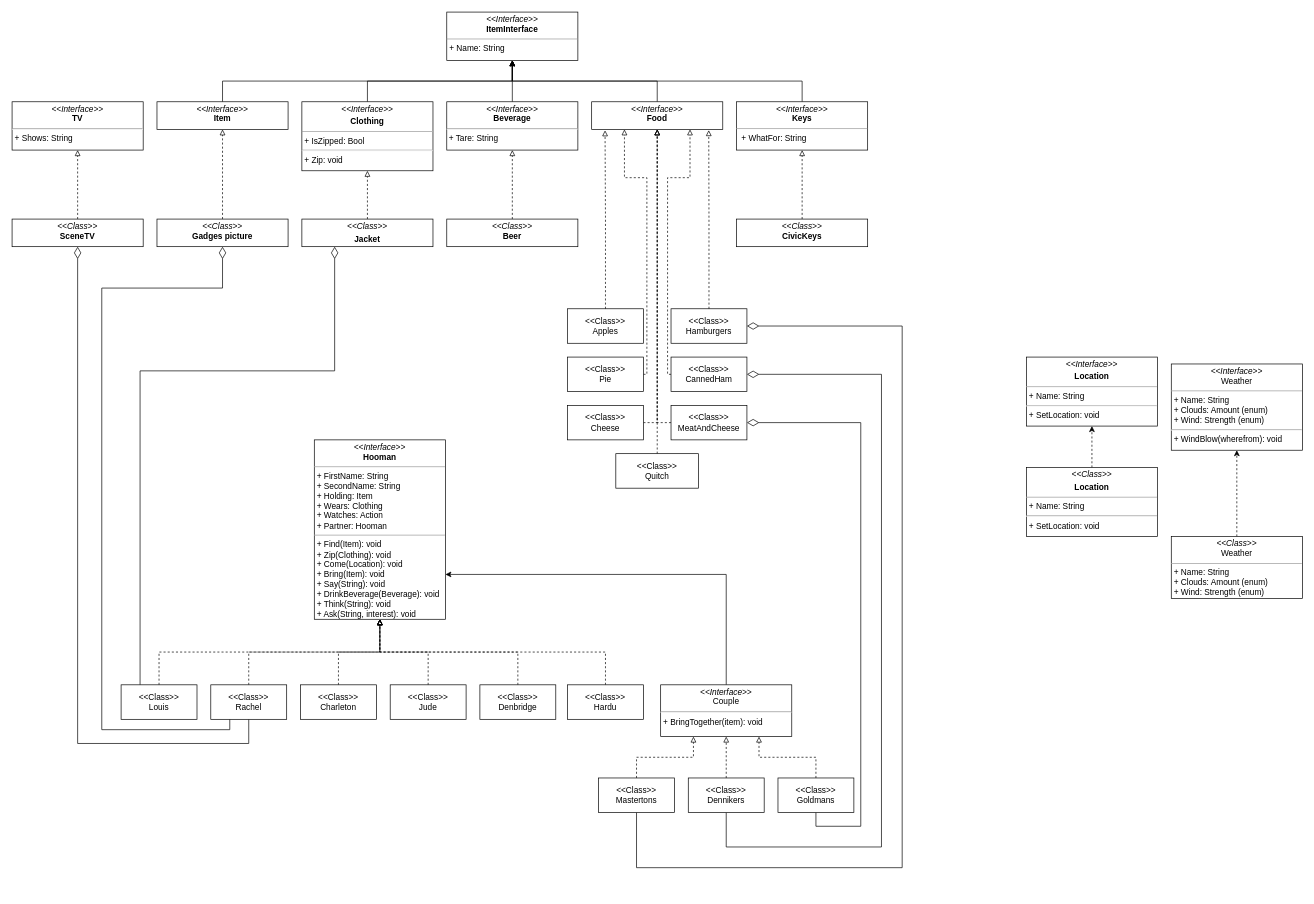
Earlier version of the draw.io diagram Untitled Diagram.drawio (Sat1l/laba4). Source tidied: cells renumbered, new cells numbered last; positions are measured from the earlier drawing's top-left corner, leaving out a move shared by most shapes. Both pictures are drawn from the tidied source at 69%, with x=0, y=0 at pixel (12, 12).
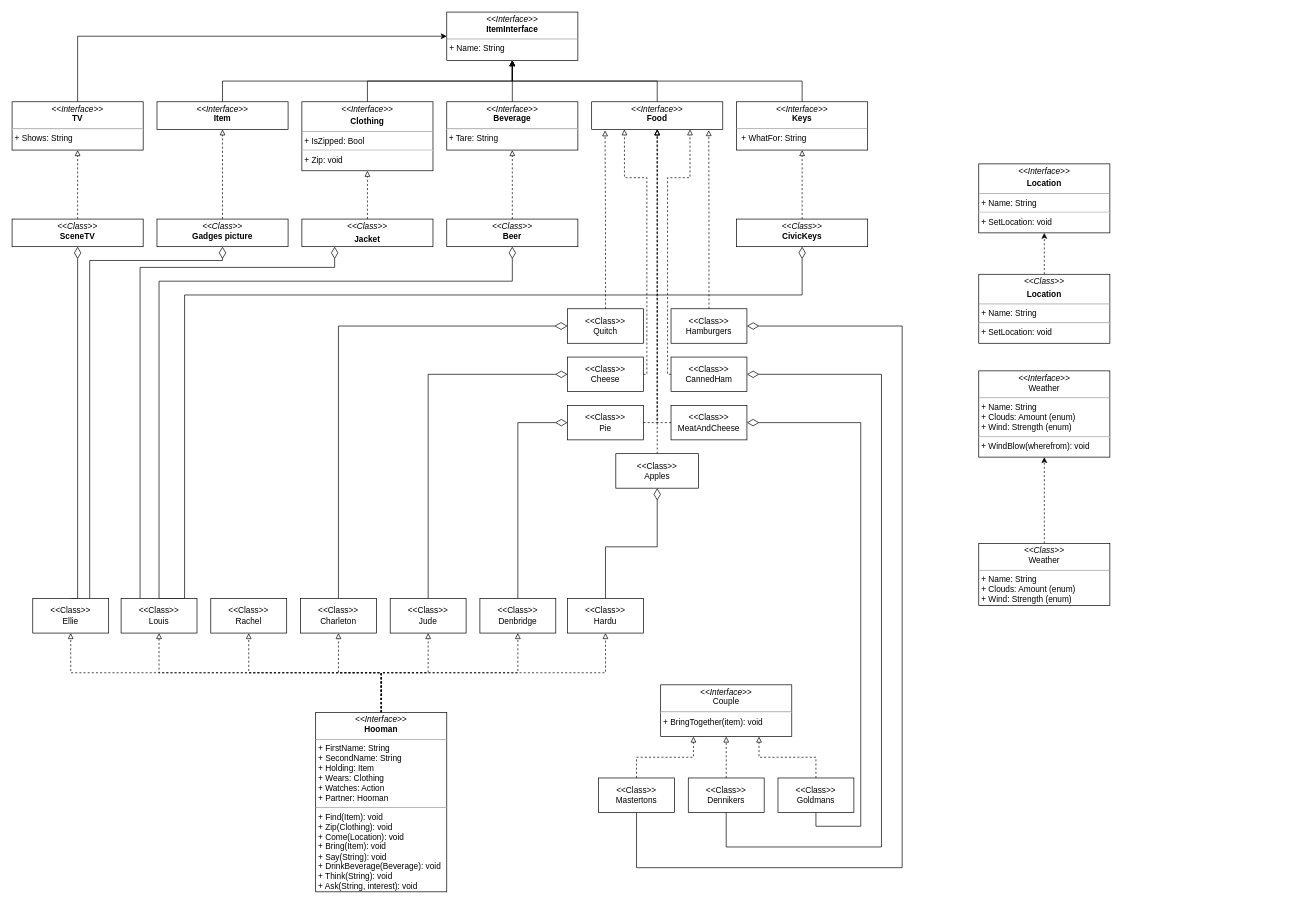
After the change.

The change refers to these unchanged cells:
```xml
<mxCell id="3" value="&lt;p style=&quot;margin:0px;margin-top:4px;text-align:center;&quot;&gt;&lt;i&gt;&amp;lt;&amp;lt;Interface&amp;gt;&amp;gt;&lt;/i&gt;&lt;br&gt;&lt;b&gt;ItemInterface&lt;/b&gt;&lt;/p&gt;&lt;hr size=&quot;1&quot;&gt;&lt;p style=&quot;margin:0px;margin-left:4px;&quot;&gt;+ Name: String&lt;br&gt;&lt;/p&gt;&lt;p style=&quot;margin:0px;margin-left:4px;&quot;&gt;&lt;br&gt;&lt;/p&gt;" style="verticalAlign=top;align=left;overflow=fill;fontSize=12;fontFamily=Helvetica;html=1;whiteSpace=wrap;" parent="1" vertex="1">
  <mxGeometry x="630" width="190" height="70" as="geometry" />
</mxCell>
<mxCell id="17" value="&lt;p style=&quot;margin:0px;margin-top:4px;text-align:center;&quot;&gt;&lt;i&gt;&amp;lt;&amp;lt;Class&lt;/i&gt;&lt;i&gt;&amp;gt;&amp;gt;&lt;/i&gt;&lt;/p&gt;&lt;p style=&quot;margin:0px;margin-top:4px;text-align:center;&quot;&gt;&lt;b&gt;Jacket&lt;/b&gt;&lt;/p&gt;" style="verticalAlign=top;align=left;overflow=fill;fontSize=12;fontFamily=Helvetica;html=1;whiteSpace=wrap;" parent="1" vertex="1">
  <mxGeometry x="420" y="300" width="190" height="40" as="geometry" />
</mxCell>
<mxCell id="19" value="&lt;p style=&quot;margin:0px;margin-top:4px;text-align:center;&quot;&gt;&lt;i&gt;&amp;lt;&amp;lt;Class&amp;gt;&amp;gt;&lt;/i&gt;&lt;br&gt;&lt;b&gt;CivicKeys&lt;/b&gt;&lt;/p&gt;" style="verticalAlign=top;align=left;overflow=fill;fontSize=12;fontFamily=Helvetica;html=1;whiteSpace=wrap;" parent="1" vertex="1">
  <mxGeometry x="1050" y="300" width="190" height="40" as="geometry" />
</mxCell>
<mxCell id="21" value="&lt;p style=&quot;margin:0px;margin-top:4px;text-align:center;&quot;&gt;&lt;i&gt;&amp;lt;&amp;lt;Class&amp;gt;&amp;gt;&lt;/i&gt;&lt;br&gt;&lt;b&gt;Beer&lt;/b&gt;&lt;/p&gt;&lt;p style=&quot;margin:0px;margin-left:4px;&quot;&gt;&lt;br&gt;&lt;/p&gt;" style="verticalAlign=top;align=left;overflow=fill;fontSize=12;fontFamily=Helvetica;html=1;whiteSpace=wrap;" parent="1" vertex="1">
  <mxGeometry x="630" y="300" width="190" height="40" as="geometry" />
</mxCell>
<mxCell id="23" value="&lt;p style=&quot;margin:0px;margin-top:4px;text-align:center;&quot;&gt;&lt;i&gt;&amp;lt;&amp;lt;Class&amp;gt;&amp;gt;&lt;/i&gt;&lt;br&gt;&lt;b&gt;Gadges picture&lt;/b&gt;&lt;/p&gt;&lt;p style=&quot;margin:0px;margin-left:4px;&quot;&gt;&lt;br&gt;&lt;/p&gt;" style="verticalAlign=top;align=left;overflow=fill;fontSize=12;fontFamily=Helvetica;html=1;whiteSpace=wrap;" parent="1" vertex="1">
  <mxGeometry x="210" y="300" width="190" height="40" as="geometry" />
</mxCell>
<mxCell id="58" value="&lt;p style=&quot;margin:0px;margin-top:4px;text-align:center;&quot;&gt;&lt;i&gt;&amp;lt;&amp;lt;Interface&amp;gt;&amp;gt;&lt;/i&gt;&lt;br&gt;Couple&lt;/p&gt;&lt;hr&gt;&lt;p style=&quot;margin:0px;margin-left:4px;&quot;&gt;+ BringTogether(item): void&lt;/p&gt;" style="verticalAlign=top;align=left;overflow=fill;fontSize=12;fontFamily=Helvetica;html=1;whiteSpace=wrap;" parent="1" vertex="1">
  <mxGeometry x="940" y="975" width="190" height="75" as="geometry" />
</mxCell>
<mxCell id="68" value="&lt;p style=&quot;margin:0px;margin-top:4px;text-align:center;&quot;&gt;&lt;i&gt;&amp;lt;&amp;lt;Interface&amp;gt;&amp;gt;&lt;/i&gt;&lt;br&gt;&lt;b&gt;TV&lt;/b&gt;&lt;/p&gt;&lt;hr&gt;&lt;p style=&quot;margin:0px;margin-left:4px;&quot;&gt;+ Shows: String&lt;/p&gt;" style="verticalAlign=top;align=left;overflow=fill;fontSize=12;fontFamily=Helvetica;html=1;whiteSpace=wrap;" parent="1" vertex="1">
  <mxGeometry y="130" width="190" height="70" as="geometry" />
</mxCell>
<mxCell id="70" value="&lt;p style=&quot;margin:0px;margin-top:4px;text-align:center;&quot;&gt;&lt;i&gt;&amp;lt;&amp;lt;Class&amp;gt;&amp;gt;&lt;/i&gt;&lt;br&gt;&lt;b&gt;SceneTV&lt;/b&gt;&lt;/p&gt;&lt;p style=&quot;margin:0px;margin-left:4px;&quot;&gt;&lt;br&gt;&lt;/p&gt;" style="verticalAlign=top;align=left;overflow=fill;fontSize=12;fontFamily=Helvetica;html=1;whiteSpace=wrap;" parent="1" vertex="1">
  <mxGeometry y="300" width="190" height="40" as="geometry" />
</mxCell>
```

Change to the diagram source:
```diff
@@
+    <mxCell id="71" style="edgeStyle=orthogonalEdgeStyle;rounded=0;jettySize=auto;html=1;exitX=0.5;exitY=0;exitDx=0;exitDy=0;dashed=1;endArrow=block;endFill=0;" parent="1" edge="1" source="2" target="36">
+      <mxGeometry relative="1" as="geometry" />
+    </mxCell>
+    <mxCell id="72" style="edgeStyle=orthogonalEdgeStyle;rounded=0;jettySize=auto;html=1;exitX=0.5;exitY=0;exitDx=0;exitDy=0;entryX=0.5;entryY=1;entryDx=0;entryDy=0;dashed=1;endArrow=block;endFill=0;" parent="1" edge="1" source="2" target="38">
+      <mxGeometry relative="1" as="geometry" />
+    </mxCell>
+    <mxCell id="73" style="edgeStyle=orthogonalEdgeStyle;rounded=0;jettySize=auto;html=1;exitX=0.5;exitY=0;exitDx=0;exitDy=0;entryX=0.5;entryY=1;entryDx=0;entryDy=0;dashed=1;endArrow=block;endFill=0;" parent="1" edge="1" source="2" target="40">
+      <mxGeometry relative="1" as="geometry" />
+    </mxCell>
+    <mxCell id="74" style="edgeStyle=orthogonalEdgeStyle;rounded=0;jettySize=auto;html=1;exitX=0.5;exitY=0;exitDx=0;exitDy=0;dashed=1;endArrow=block;endFill=0;" parent="1" edge="1" source="2" target="42">
+      <mxGeometry relative="1" as="geometry" />
+    </mxCell>
+    <mxCell id="75" style="edgeStyle=orthogonalEdgeStyle;rounded=0;jettySize=auto;html=1;exitX=0.5;exitY=0;exitDx=0;exitDy=0;dashed=1;endArrow=block;endFill=0;" parent="1" edge="1" source="2" target="30">
+      <mxGeometry relative="1" as="geometry" />
+    </mxCell>
+    <mxCell id="76" style="edgeStyle=orthogonalEdgeStyle;rounded=0;jettySize=auto;html=1;exitX=0.5;exitY=0;exitDx=0;exitDy=0;entryX=0.5;entryY=1;entryDx=0;entryDy=0;dashed=1;endArrow=block;endFill=0;" parent="1" edge="1" source="2" target="34">
+      <mxGeometry relative="1" as="geometry" />
+    </mxCell>
+    <mxCell id="77" style="edgeStyle=orthogonalEdgeStyle;rounded=0;jettySize=auto;html=1;exitX=0.5;exitY=0;exitDx=0;exitDy=0;entryX=0.5;entryY=1;entryDx=0;entryDy=0;dashed=1;endArrow=block;endFill=0;" parent="1" edge="1" source="2" target="87">
+      <mxGeometry relative="1" as="geometry" />
+    </mxCell>
     <mxCell id="2" value="&lt;p style=&quot;margin:0px;margin-top:4px;text-align:center;&quot;&gt;&lt;i&gt;&amp;lt;&amp;lt;Interface&amp;gt;&amp;gt;&lt;/i&gt;&lt;br&gt;&lt;b&gt;Hooman&lt;/b&gt;&lt;/p&gt;&lt;hr size=&quot;1&quot;&gt;&lt;p style=&quot;margin:0px;margin-left:4px;&quot;&gt;+ FirstName: String&lt;/p&gt;&lt;p style=&quot;margin:0px;margin-left:4px;&quot;&gt;+ SecondName: String&lt;/p&gt;&lt;p style=&quot;margin:0px;margin-left:4px;&quot;&gt;+ Holding: Item&lt;/p&gt;&lt;p style=&quot;margin:0px;margin-left:4px;&quot;&gt;+ Wears: Clothing&lt;/p&gt;&lt;p style=&quot;margin:0px;margin-left:4px;&quot;&gt;+ Watches: Action&lt;/p&gt;&lt;p style=&quot;margin:0px;margin-left:4px;&quot;&gt;+ Partner: Hooman&lt;/p&gt;&lt;hr size=&quot;1&quot;&gt;&lt;p style=&quot;margin:0px;margin-left:4px;&quot;&gt;+ Find(Item): void&lt;br&gt;+ Zip(Clothing): void&lt;/p&gt;&lt;p style=&quot;margin:0px;margin-left:4px;&quot;&gt;+ Come(Location): void&lt;/p&gt;&lt;p style=&quot;margin:0px;margin-left:4px;&quot;&gt;+ Bring(Item): void&lt;/p&gt;&lt;p style=&quot;margin:0px;margin-left:4px;&quot;&gt;+ Say(String): void&lt;/p&gt;&lt;p style=&quot;margin:0px;margin-left:4px;&quot;&gt;+ DrinkBeverage(Beverage): void&lt;/p&gt;&lt;p style=&quot;margin:0px;margin-left:4px;&quot;&gt;+ Think(String): void&lt;/p&gt;&lt;p style=&quot;margin:0px;margin-left:4px;&quot;&gt;+ Ask(String, interest): void&lt;/p&gt;" style="verticalAlign=top;align=left;overflow=fill;fontSize=12;fontFamily=Helvetica;html=1;whiteSpace=wrap;" parent="1" vertex="1">
-      <mxGeometry x="438" y="620" width="190" height="260" as="geometry" />
+      <mxGeometry x="440" y="1015" width="190" height="260" as="geometry" />
     </mxCell>
@@
     <mxCell id="10" value="&lt;p style=&quot;margin:0px;margin-top:4px;text-align:center;&quot;&gt;&lt;i&gt;&amp;lt;&amp;lt;Interface&amp;gt;&amp;gt;&lt;/i&gt;&lt;br&gt;Weather&lt;/p&gt;&lt;hr size=&quot;1&quot;&gt;&lt;p style=&quot;margin:0px;margin-left:4px;&quot;&gt;+ Name: String&lt;br&gt;&lt;/p&gt;&lt;p style=&quot;margin:0px;margin-left:4px;&quot;&gt;+ Clouds: Amount (enum)&lt;/p&gt;&lt;p style=&quot;margin:0px;margin-left:4px;&quot;&gt;+ Wind: Strength (enum)&lt;/p&gt;&lt;hr&gt;&lt;p style=&quot;margin:0px;margin-left:4px;&quot;&gt;+ WindBlow(wherefrom): void&lt;/p&gt;" style="verticalAlign=top;align=left;overflow=fill;fontSize=12;fontFamily=Helvetica;html=1;whiteSpace=wrap;" parent="1" vertex="1">
-      <mxGeometry x="1680" y="510" width="190" height="125" as="geometry" />
+      <mxGeometry x="1401" y="520" width="190" height="125" as="geometry" />
     </mxCell>
@@
     <mxCell id="15" value="&lt;p style=&quot;margin:0px;margin-top:4px;text-align:center;&quot;&gt;&lt;i&gt;&amp;lt;&amp;lt;Interface&lt;/i&gt;&lt;i&gt;&amp;gt;&amp;gt;&lt;/i&gt;&lt;/p&gt;&lt;p style=&quot;margin:0px;margin-top:4px;text-align:center;&quot;&gt;&lt;b&gt;Location&lt;/b&gt;&lt;/p&gt;&lt;hr size=&quot;1&quot;&gt;&lt;p style=&quot;margin:0px;margin-left:4px;&quot;&gt;+ Name: String&lt;/p&gt;&lt;hr&gt;&lt;p style=&quot;margin:0px;margin-left:4px;&quot;&gt;+ SetLocation: void&lt;/p&gt;" style="verticalAlign=top;align=left;overflow=fill;fontSize=12;fontFamily=Helvetica;html=1;whiteSpace=wrap;" parent="1" vertex="1">
-      <mxGeometry x="1470" y="500" width="190" height="100" as="geometry" />
+      <mxGeometry x="1401" y="220" width="190" height="100" as="geometry" />
     </mxCell>
@@
     <mxCell id="25" value="&lt;p style=&quot;margin:0px;margin-top:4px;text-align:center;&quot;&gt;&lt;i&gt;&amp;lt;&amp;lt;Class&amp;gt;&amp;gt;&lt;/i&gt;&lt;br&gt;Weather&lt;/p&gt;&lt;hr size=&quot;1&quot;&gt;&lt;p style=&quot;margin:0px;margin-left:4px;&quot;&gt;+ Name: String&lt;br&gt;&lt;/p&gt;&lt;p style=&quot;margin:0px;margin-left:4px;&quot;&gt;+ Clouds: Amount (enum)&lt;/p&gt;&lt;p style=&quot;margin:0px;margin-left:4px;&quot;&gt;+ Wind: Strength (enum)&lt;/p&gt;&lt;p style=&quot;margin:0px;margin-left:4px;&quot;&gt;&lt;br&gt;&lt;/p&gt;" style="verticalAlign=top;align=left;overflow=fill;fontSize=12;fontFamily=Helvetica;html=1;whiteSpace=wrap;" parent="1" vertex="1">
-      <mxGeometry x="1680" y="760" width="190" height="90" as="geometry" />
+      <mxGeometry x="1401" y="770" width="190" height="90" as="geometry" />
     </mxCell>
@@
     <mxCell id="27" value="&lt;p style=&quot;margin:0px;margin-top:4px;text-align:center;&quot;&gt;&lt;i&gt;&amp;lt;&amp;lt;Class&lt;/i&gt;&lt;i&gt;&amp;gt;&amp;gt;&lt;/i&gt;&lt;/p&gt;&lt;p style=&quot;margin:0px;margin-top:4px;text-align:center;&quot;&gt;&lt;b&gt;Location&lt;/b&gt;&lt;/p&gt;&lt;hr size=&quot;1&quot;&gt;&lt;p style=&quot;margin:0px;margin-left:4px;&quot;&gt;+ Name: String&lt;/p&gt;&lt;hr&gt;&lt;p style=&quot;margin:0px;margin-left:4px;&quot;&gt;+ SetLocation: void&lt;/p&gt;" style="verticalAlign=top;align=left;overflow=fill;fontSize=12;fontFamily=Helvetica;html=1;whiteSpace=wrap;" parent="1" vertex="1">
-      <mxGeometry x="1470" y="660" width="190" height="100" as="geometry" />
+      <mxGeometry x="1401" y="380" width="190" height="100" as="geometry" />
     </mxCell>
-    <mxCell id="28" style="edgeStyle=orthogonalEdgeStyle;rounded=0;jettySize=auto;html=1;exitX=0.5;exitY=0;exitDx=0;exitDy=0;dashed=1;endArrow=block;endFill=0;" parent="1" edge="1" source="30" target="2">
-      <mxGeometry relative="1" as="geometry" />
-    </mxCell>
     <mxCell id="29" style="edgeStyle=orthogonalEdgeStyle;rounded=0;jettySize=auto;html=1;exitX=0.25;exitY=0;exitDx=0;exitDy=0;entryX=0.25;entryY=1;entryDx=0;entryDy=0;endArrow=diamondThin;endFill=0;endSize=15;" parent="1" edge="1" source="30" target="17">
       <mxGeometry relative="1" as="geometry">
         <Array as="points">
-          <mxPoint x="186" y="520" />
-          <mxPoint x="468" y="520" />
+          <mxPoint x="186" y="370" />
+          <mxPoint x="468" y="370" />
         </Array>
       </mxGeometry>
     </mxCell>
+    <mxCell id="78" style="edgeStyle=orthogonalEdgeStyle;rounded=0;jettySize=auto;html=1;exitX=0.5;exitY=0;exitDx=0;exitDy=0;endArrow=diamondThin;endFill=0;endSize=15;" parent="1" edge="1" source="30" target="19">
+      <mxGeometry relative="1" as="geometry">
+        <Array as="points">
+          <mxPoint x="250" y="850" />
+          <mxPoint x="250" y="410" />
+          <mxPoint x="1145" y="410" />
+        </Array>
+      </mxGeometry>
+    </mxCell>
+    <mxCell id="79" style="edgeStyle=orthogonalEdgeStyle;rounded=0;jettySize=auto;html=1;exitX=0.5;exitY=0;exitDx=0;exitDy=0;entryX=0.5;entryY=1;entryDx=0;entryDy=0;endArrow=diamondThin;endFill=0;endSize=15;" parent="1" edge="1" source="30" target="21">
+      <mxGeometry relative="1" as="geometry">
+        <Array as="points">
+          <mxPoint x="213" y="390" />
+          <mxPoint x="725" y="390" />
+        </Array>
+      </mxGeometry>
+    </mxCell>
     <mxCell id="30" value="&amp;lt;&amp;lt;Class&amp;gt;&amp;gt;&lt;br&gt;Louis" style="html=1;whiteSpace=wrap;" parent="1" vertex="1">
-      <mxGeometry x="158" y="975" width="110" height="50" as="geometry" />
+      <mxGeometry x="158" y="850" width="110" height="50" as="geometry" />
     </mxCell>
-    <mxCell id="31" style="edgeStyle=orthogonalEdgeStyle;rounded=0;jettySize=auto;html=1;exitX=0.5;exitY=0;exitDx=0;exitDy=0;dashed=1;endArrow=block;endFill=0;" parent="1" edge="1" source="34" target="2">
-      <mxGeometry relative="1" as="geometry" />
-    </mxCell>
-    <mxCell id="32" style="edgeStyle=orthogonalEdgeStyle;rounded=0;jettySize=auto;html=1;exitX=0.25;exitY=1;exitDx=0;exitDy=0;entryX=0.5;entryY=1;entryDx=0;entryDy=0;endArrow=diamondThin;endFill=0;strokeWidth=1;endSize=15;" parent="1" edge="1" source="34" target="23">
-      <mxGeometry relative="1" as="geometry">
-        <Array as="points">
-          <mxPoint x="316" y="1040" />
-          <mxPoint x="130" y="1040" />
-          <mxPoint x="130" y="400" />
-          <mxPoint x="305" y="400" />
-        </Array>
-      </mxGeometry>
-    </mxCell>
-    <mxCell id="33" style="edgeStyle=orthogonalEdgeStyle;rounded=0;jettySize=auto;html=1;exitX=0.5;exitY=1;exitDx=0;exitDy=0;entryX=0.5;entryY=1;entryDx=0;entryDy=0;endArrow=diamondThin;endFill=0;strokeWidth=1;endSize=15;" parent="1" edge="1" source="34" target="70">
-      <mxGeometry relative="1" as="geometry">
-        <Array as="points">
-          <mxPoint x="343" y="1060" />
-          <mxPoint x="95" y="1060" />
-        </Array>
-      </mxGeometry>
-    </mxCell>
     <mxCell id="34" value="&amp;lt;&amp;lt;Class&amp;gt;&amp;gt;&lt;br&gt;Rachel" style="html=1;whiteSpace=wrap;" parent="1" vertex="1">
-      <mxGeometry x="288" y="975" width="110" height="50" as="geometry" />
+      <mxGeometry x="288" y="850" width="110" height="50" as="geometry" />
     </mxCell>
-    <mxCell id="35" style="edgeStyle=orthogonalEdgeStyle;rounded=0;jettySize=auto;html=1;exitX=0.5;exitY=0;exitDx=0;exitDy=0;dashed=1;endArrow=block;endFill=0;" parent="1" edge="1" source="36" target="2">
-      <mxGeometry relative="1" as="geometry" />
-    </mxCell>
+    <mxCell id="80" style="edgeStyle=orthogonalEdgeStyle;rounded=0;jettySize=auto;html=1;exitX=0.5;exitY=0;exitDx=0;exitDy=0;entryX=0;entryY=0.5;entryDx=0;entryDy=0;endArrow=diamondThin;endFill=0;endSize=16;" parent="1" edge="1" source="36" target="43">
+      <mxGeometry relative="1" as="geometry" />
+    </mxCell>
     <mxCell id="36" value="&amp;lt;&amp;lt;Class&amp;gt;&amp;gt;&lt;br&gt;Charleton" style="html=1;whiteSpace=wrap;" parent="1" vertex="1">
-      <mxGeometry x="418" y="975" width="110" height="50" as="geometry" />
+      <mxGeometry x="418" y="850" width="110" height="50" as="geometry" />
     </mxCell>
-    <mxCell id="37" style="edgeStyle=orthogonalEdgeStyle;rounded=0;jettySize=auto;html=1;exitX=0.5;exitY=0;exitDx=0;exitDy=0;endArrow=block;endFill=0;dashed=1;" parent="1" edge="1" source="38" target="2">
-      <mxGeometry relative="1" as="geometry" />
-    </mxCell>
+    <mxCell id="81" style="edgeStyle=orthogonalEdgeStyle;rounded=0;jettySize=auto;html=1;exitX=0.5;exitY=0;exitDx=0;exitDy=0;entryX=0;entryY=0.5;entryDx=0;entryDy=0;endArrow=diamondThin;endFill=0;endSize=15;" parent="1" edge="1" source="38" target="45">
+      <mxGeometry relative="1" as="geometry" />
+    </mxCell>
     <mxCell id="38" value="&amp;lt;&amp;lt;Class&amp;gt;&amp;gt;&lt;br&gt;Jude" style="html=1;whiteSpace=wrap;" parent="1" vertex="1">
-      <mxGeometry x="548" y="975" width="110" height="50" as="geometry" />
+      <mxGeometry x="548" y="850" width="110" height="50" as="geometry" />
     </mxCell>
-    <mxCell id="39" style="edgeStyle=orthogonalEdgeStyle;rounded=0;jettySize=auto;html=1;exitX=0.5;exitY=0;exitDx=0;exitDy=0;dashed=1;endArrow=block;endFill=0;" parent="1" edge="1" source="40" target="2">
-      <mxGeometry relative="1" as="geometry" />
-    </mxCell>
+    <mxCell id="82" style="edgeStyle=orthogonalEdgeStyle;rounded=0;jettySize=auto;html=1;exitX=0.5;exitY=0;exitDx=0;exitDy=0;entryX=0;entryY=0.5;entryDx=0;entryDy=0;endArrow=diamondThin;endFill=0;endSize=15;" parent="1" edge="1" source="40" target="47">
+      <mxGeometry relative="1" as="geometry" />
+    </mxCell>
     <mxCell id="40" value="&amp;lt;&amp;lt;Class&amp;gt;&amp;gt;&lt;br&gt;Denbridge" style="html=1;whiteSpace=wrap;" parent="1" vertex="1">
-      <mxGeometry x="678" y="975" width="110" height="50" as="geometry" />
+      <mxGeometry x="678" y="850" width="110" height="50" as="geometry" />
     </mxCell>
-    <mxCell id="41" style="edgeStyle=orthogonalEdgeStyle;rounded=0;jettySize=auto;html=1;exitX=0.5;exitY=0;exitDx=0;exitDy=0;endArrow=block;endFill=0;dashed=1;" parent="1" edge="1" source="42" target="2">
-      <mxGeometry relative="1" as="geometry" />
-    </mxCell>
+    <mxCell id="83" style="edgeStyle=orthogonalEdgeStyle;rounded=0;jettySize=auto;html=1;exitX=0.5;exitY=0;exitDx=0;exitDy=0;entryX=0.5;entryY=1;entryDx=0;entryDy=0;endArrow=diamondThin;endFill=0;endSize=15;" parent="1" edge="1" source="42" target="54">
+      <mxGeometry relative="1" as="geometry" />
+    </mxCell>
     <mxCell id="42" value="&amp;lt;&amp;lt;Class&amp;gt;&amp;gt;&lt;br&gt;Hardu" style="html=1;whiteSpace=wrap;" parent="1" vertex="1">
-      <mxGeometry x="805" y="975" width="110" height="50" as="geometry" />
+      <mxGeometry x="805" y="850" width="110" height="50" as="geometry" />
     </mxCell>
-    <mxCell id="43" value="&amp;lt;&amp;lt;Class&amp;gt;&amp;gt;&lt;br&gt;Apples" style="html=1;whiteSpace=wrap;" parent="1" vertex="1">
+    <mxCell id="43" value="&amp;lt;&amp;lt;Class&amp;gt;&amp;gt;&lt;br&gt;Quitch" style="html=1;whiteSpace=wrap;" parent="1" vertex="1">
       <mxGeometry x="805" y="430" width="110" height="50" as="geometry" />
     </mxCell>
@@
-    <mxCell id="45" value="&amp;lt;&amp;lt;Class&amp;gt;&amp;gt;&lt;br&gt;Pie" style="html=1;whiteSpace=wrap;" parent="1" vertex="1">
+    <mxCell id="45" value="&amp;lt;&amp;lt;Class&amp;gt;&amp;gt;&lt;br&gt;Cheese" style="html=1;whiteSpace=wrap;" parent="1" vertex="1">
       <mxGeometry x="805" y="500" width="110" height="50" as="geometry" />
     </mxCell>
@@
-    <mxCell id="47" value="&amp;lt;&amp;lt;Class&amp;gt;&amp;gt;&lt;br&gt;Cheese" style="html=1;whiteSpace=wrap;" parent="1" vertex="1">
+    <mxCell id="47" value="&amp;lt;&amp;lt;Class&amp;gt;&amp;gt;&lt;br&gt;Pie" style="html=1;whiteSpace=wrap;" parent="1" vertex="1">
       <mxGeometry x="805" y="570" width="110" height="50" as="geometry" />
     </mxCell>
@@
-    <mxCell id="54" value="&amp;lt;&amp;lt;Class&amp;gt;&amp;gt;&lt;br&gt;Quitch" style="html=1;whiteSpace=wrap;" parent="1" vertex="1">
+    <mxCell id="54" value="&amp;lt;&amp;lt;Class&amp;gt;&amp;gt;&lt;br&gt;Apples" style="html=1;whiteSpace=wrap;" parent="1" vertex="1">
       <mxGeometry x="875" y="640" width="120" height="50" as="geometry" />
     </mxCell>
@@
-    <mxCell id="57" style="edgeStyle=orthogonalEdgeStyle;rounded=0;jettySize=auto;html=1;exitX=0.5;exitY=0;exitDx=0;exitDy=0;entryX=1;entryY=0.75;entryDx=0;entryDy=0;" parent="1" edge="1" source="58" target="2">
-      <mxGeometry relative="1" as="geometry" />
-    </mxCell>
@@
+    <mxCell id="84" style="edgeStyle=orthogonalEdgeStyle;rounded=0;jettySize=auto;html=1;exitX=0.5;exitY=0;exitDx=0;exitDy=0;entryX=0;entryY=0.5;entryDx=0;entryDy=0;" parent="1" edge="1" source="68" target="3">
+      <mxGeometry relative="1" as="geometry" />
+    </mxCell>
@@
+    <mxCell id="85" style="edgeStyle=orthogonalEdgeStyle;rounded=0;jettySize=auto;html=1;exitX=0.5;exitY=0;exitDx=0;exitDy=0;entryX=0.5;entryY=1;entryDx=0;entryDy=0;endArrow=diamondThin;endFill=0;endSize=15;" parent="1" edge="1" source="87" target="70">
+      <mxGeometry relative="1" as="geometry">
+        <Array as="points">
+          <mxPoint x="95" y="850" />
+        </Array>
+      </mxGeometry>
+    </mxCell>
+    <mxCell id="86" style="edgeStyle=orthogonalEdgeStyle;rounded=0;jettySize=auto;html=1;exitX=0.75;exitY=0;exitDx=0;exitDy=0;endArrow=diamondThin;endFill=0;endSize=15;" parent="1" edge="1" source="87" target="23">
+      <mxGeometry relative="1" as="geometry">
+        <Array as="points">
+          <mxPoint x="113" y="360" />
+          <mxPoint x="305" y="360" />
+        </Array>
+      </mxGeometry>
+    </mxCell>
+    <mxCell id="87" value="&amp;lt;&amp;lt;Class&amp;gt;&amp;gt;&lt;br&gt;Ellie" style="html=1;whiteSpace=wrap;" parent="1" vertex="1">
+      <mxGeometry x="30" y="850" width="110" height="50" as="geometry" />
+    </mxCell>
```
